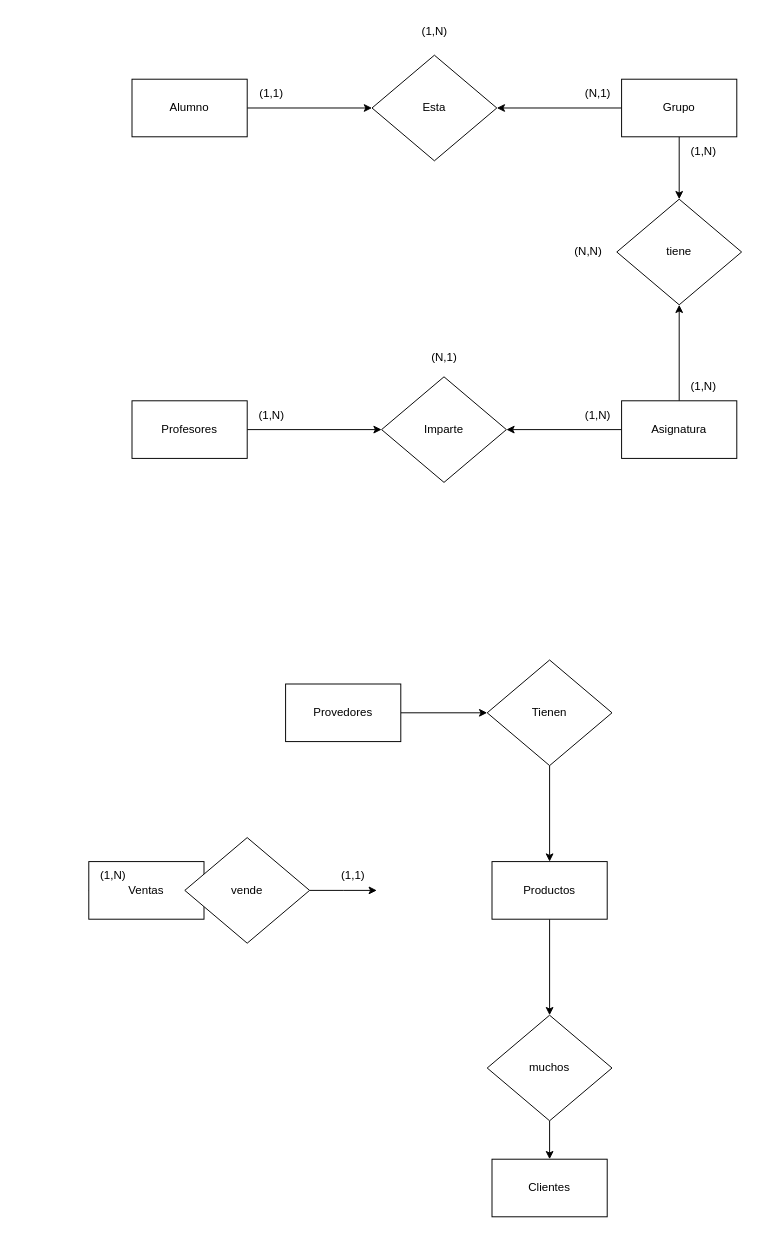
Above: Alumnos_ER.drawio in YerimMoral3s/lib_test (draw.io), before the change. Source tidied: cells renumbered, new cells numbered last; positions are measured from the earlier drawing's top-left corner, leaving out a move shared by most shapes. Both pictures are drawn from the tidied source at 96%, with x=0, y=0 at pixel (88, 16).
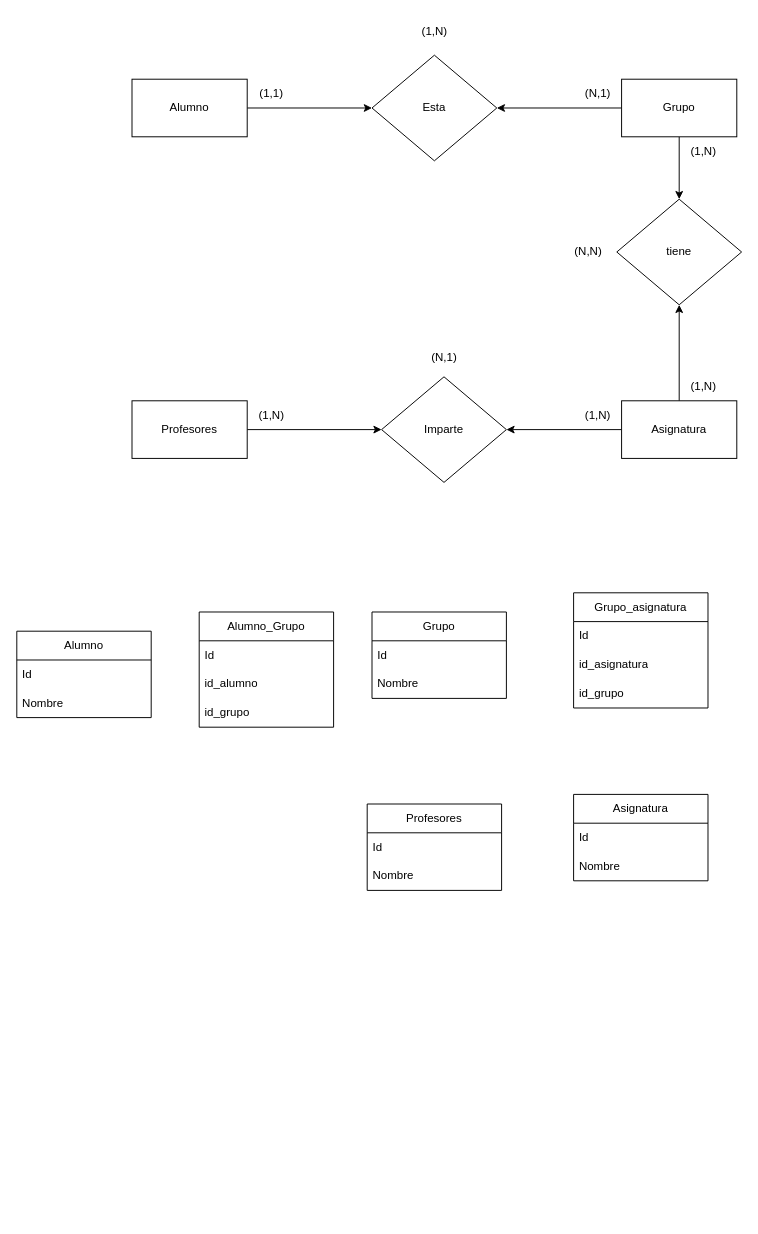
Above is the later version.

The edit, as a diff of the source:
```diff
@@
-    <mxCell id="21" style="edgeStyle=orthogonalEdgeStyle;rounded=0;jettySize=auto;html=1;" parent="1" edge="1" source="22" target="34">
-      <mxGeometry relative="1" as="geometry" />
-    </mxCell>
-    <mxCell id="22" value="Productos" style="rounded=0;whiteSpace=wrap;html=1;" parent="1" vertex="1">
-      <mxGeometry x="420" y="880" width="120" height="60" as="geometry" />
-    </mxCell>
-    <mxCell id="23" value="Clientes" style="rounded=0;whiteSpace=wrap;html=1;" parent="1" vertex="1">
-      <mxGeometry x="420" y="1190" width="120" height="60" as="geometry" />
-    </mxCell>
-    <mxCell id="24" style="edgeStyle=orthogonalEdgeStyle;rounded=0;jettySize=auto;html=1;" parent="1" edge="1" source="25" target="38">
-      <mxGeometry relative="1" as="geometry" />
-    </mxCell>
-    <mxCell id="25" value="Provedores" style="rounded=0;whiteSpace=wrap;html=1;" parent="1" vertex="1">
-      <mxGeometry x="205" y="695" width="120" height="60" as="geometry" />
-    </mxCell>
@@
-    <mxCell id="29" style="edgeStyle=orthogonalEdgeStyle;rounded=0;jettySize=auto;html=1;" parent="1" edge="1" target="32">
-      <mxGeometry relative="1" as="geometry">
-        <mxPoint y="910" as="sourcePoint" />
-      </mxGeometry>
-    </mxCell>
-    <mxCell id="30" value="Ventas" style="rounded=0;whiteSpace=wrap;html=1;" parent="1" vertex="1">
-      <mxGeometry y="880" width="120" height="60" as="geometry" />
-    </mxCell>
-    <mxCell id="31" style="edgeStyle=orthogonalEdgeStyle;rounded=0;jettySize=auto;html=1;" parent="1" edge="1" source="32">
-      <mxGeometry relative="1" as="geometry">
-        <mxPoint x="300" y="910" as="targetPoint" />
-      </mxGeometry>
-    </mxCell>
-    <mxCell id="32" value="vende" style="rhombus;whiteSpace=wrap;html=1;" parent="1" vertex="1">
-      <mxGeometry x="100" y="855" width="130" height="110" as="geometry" />
-    </mxCell>
-    <mxCell id="33" style="edgeStyle=orthogonalEdgeStyle;rounded=0;jettySize=auto;html=1;" parent="1" edge="1" source="34" target="23">
-      <mxGeometry relative="1" as="geometry" />
-    </mxCell>
-    <mxCell id="34" value="muchos" style="rhombus;whiteSpace=wrap;html=1;" parent="1" vertex="1">
-      <mxGeometry x="415" y="1040" width="130" height="110" as="geometry" />
-    </mxCell>
-    <mxCell id="35" value="(1,N)" style="text;html=1;align=center;verticalAlign=middle;strokeColor=none;fillColor=none;" parent="1" vertex="1">
-      <mxGeometry y="880" width="50" height="30" as="geometry" />
-    </mxCell>
-    <mxCell id="36" value="(1,1)" style="text;html=1;align=center;verticalAlign=middle;strokeColor=none;fillColor=none;" parent="1" vertex="1">
-      <mxGeometry x="250" y="880" width="50" height="30" as="geometry" />
-    </mxCell>
-    <mxCell id="37" style="edgeStyle=orthogonalEdgeStyle;rounded=0;jettySize=auto;html=1;" parent="1" edge="1" source="38" target="22">
-      <mxGeometry relative="1" as="geometry" />
-    </mxCell>
-    <mxCell id="38" value="Tienen" style="rhombus;whiteSpace=wrap;html=1;" parent="1" vertex="1">
-      <mxGeometry x="415" y="670" width="130" height="110" as="geometry" />
-    </mxCell>
+    <mxCell id="39" value="Alumno" style="swimlane;fontStyle=0;horizontal=1;startSize=30;whiteSpace=wrap;html=1;" parent="1" vertex="1">
+      <mxGeometry x="-75" y="640" width="140" height="90" as="geometry" />
+    </mxCell>
+    <mxCell id="40" value="Id" style="text;strokeColor=none;fillColor=none;align=left;verticalAlign=middle;spacingLeft=4;spacingRight=4;overflow=hidden;whiteSpace=wrap;html=1;" parent="39" vertex="1">
+      <mxGeometry y="30" width="140" height="30" as="geometry" />
+    </mxCell>
+    <mxCell id="41" value="Nombre" style="text;strokeColor=none;fillColor=none;align=left;verticalAlign=middle;spacingLeft=4;spacingRight=4;overflow=hidden;whiteSpace=wrap;html=1;" parent="39" vertex="1">
+      <mxGeometry y="60" width="140" height="30" as="geometry" />
+    </mxCell>
+    <mxCell id="42" value="Grupo" style="swimlane;fontStyle=0;horizontal=1;startSize=30;whiteSpace=wrap;html=1;" parent="1" vertex="1">
+      <mxGeometry x="295" y="620" width="140" height="90" as="geometry" />
+    </mxCell>
+    <mxCell id="43" value="Id" style="text;strokeColor=none;fillColor=none;align=left;verticalAlign=middle;spacingLeft=4;spacingRight=4;overflow=hidden;whiteSpace=wrap;html=1;" parent="42" vertex="1">
+      <mxGeometry y="30" width="140" height="30" as="geometry" />
+    </mxCell>
+    <mxCell id="44" value="Nombre" style="text;strokeColor=none;fillColor=none;align=left;verticalAlign=middle;spacingLeft=4;spacingRight=4;overflow=hidden;whiteSpace=wrap;html=1;" parent="42" vertex="1">
+      <mxGeometry y="60" width="140" height="30" as="geometry" />
+    </mxCell>
+    <mxCell id="45" value="Asignatura" style="swimlane;fontStyle=0;horizontal=1;startSize=30;whiteSpace=wrap;html=1;" parent="1" vertex="1">
+      <mxGeometry x="505" y="810" width="140" height="90" as="geometry" />
+    </mxCell>
+    <mxCell id="46" value="Id" style="text;strokeColor=none;fillColor=none;align=left;verticalAlign=middle;spacingLeft=4;spacingRight=4;overflow=hidden;whiteSpace=wrap;html=1;" parent="45" vertex="1">
+      <mxGeometry y="30" width="140" height="30" as="geometry" />
+    </mxCell>
+    <mxCell id="47" value="Nombre" style="text;strokeColor=none;fillColor=none;align=left;verticalAlign=middle;spacingLeft=4;spacingRight=4;overflow=hidden;whiteSpace=wrap;html=1;" parent="45" vertex="1">
+      <mxGeometry y="60" width="140" height="30" as="geometry" />
+    </mxCell>
+    <mxCell id="48" value="Profesores" style="swimlane;fontStyle=0;horizontal=1;startSize=30;whiteSpace=wrap;html=1;" parent="1" vertex="1">
+      <mxGeometry x="290" y="820" width="140" height="90" as="geometry" />
+    </mxCell>
+    <mxCell id="49" value="Id" style="text;strokeColor=none;fillColor=none;align=left;verticalAlign=middle;spacingLeft=4;spacingRight=4;overflow=hidden;whiteSpace=wrap;html=1;" parent="48" vertex="1">
+      <mxGeometry y="30" width="140" height="30" as="geometry" />
+    </mxCell>
+    <mxCell id="50" value="Nombre" style="text;strokeColor=none;fillColor=none;align=left;verticalAlign=middle;spacingLeft=4;spacingRight=4;overflow=hidden;whiteSpace=wrap;html=1;" parent="48" vertex="1">
+      <mxGeometry y="60" width="140" height="30" as="geometry" />
+    </mxCell>
+    <mxCell id="51" value="Alumno_Grupo" style="swimlane;fontStyle=0;horizontal=1;startSize=30;whiteSpace=wrap;html=1;" parent="1" vertex="1">
+      <mxGeometry x="115" y="620" width="140" height="120" as="geometry" />
+    </mxCell>
+    <mxCell id="52" value="Id" style="text;strokeColor=none;fillColor=none;align=left;verticalAlign=middle;spacingLeft=4;spacingRight=4;overflow=hidden;whiteSpace=wrap;html=1;" parent="51" vertex="1">
+      <mxGeometry y="30" width="140" height="30" as="geometry" />
+    </mxCell>
+    <mxCell id="53" value="id_alumno" style="text;strokeColor=none;fillColor=none;align=left;verticalAlign=middle;spacingLeft=4;spacingRight=4;overflow=hidden;whiteSpace=wrap;html=1;" parent="51" vertex="1">
+      <mxGeometry y="60" width="140" height="30" as="geometry" />
+    </mxCell>
+    <mxCell id="54" value="id_grupo" style="text;strokeColor=none;fillColor=none;align=left;verticalAlign=middle;spacingLeft=4;spacingRight=4;overflow=hidden;whiteSpace=wrap;html=1;" parent="51" vertex="1">
+      <mxGeometry y="90" width="140" height="30" as="geometry" />
+    </mxCell>
+    <mxCell id="55" value="Grupo_asignatura" style="swimlane;fontStyle=0;horizontal=1;startSize=30;whiteSpace=wrap;html=1;" parent="1" vertex="1">
+      <mxGeometry x="505" y="600" width="140" height="120" as="geometry" />
+    </mxCell>
+    <mxCell id="56" value="Id" style="text;strokeColor=none;fillColor=none;align=left;verticalAlign=middle;spacingLeft=4;spacingRight=4;overflow=hidden;whiteSpace=wrap;html=1;" parent="55" vertex="1">
+      <mxGeometry y="30" width="140" height="30" as="geometry" />
+    </mxCell>
+    <mxCell id="57" value="id_asignatura" style="text;strokeColor=none;fillColor=none;align=left;verticalAlign=middle;spacingLeft=4;spacingRight=4;overflow=hidden;whiteSpace=wrap;html=1;" parent="55" vertex="1">
+      <mxGeometry y="60" width="140" height="30" as="geometry" />
+    </mxCell>
+    <mxCell id="58" value="id_grupo" style="text;strokeColor=none;fillColor=none;align=left;verticalAlign=middle;spacingLeft=4;spacingRight=4;overflow=hidden;whiteSpace=wrap;html=1;" parent="55" vertex="1">
+      <mxGeometry y="90" width="140" height="30" as="geometry" />
+    </mxCell>
```
